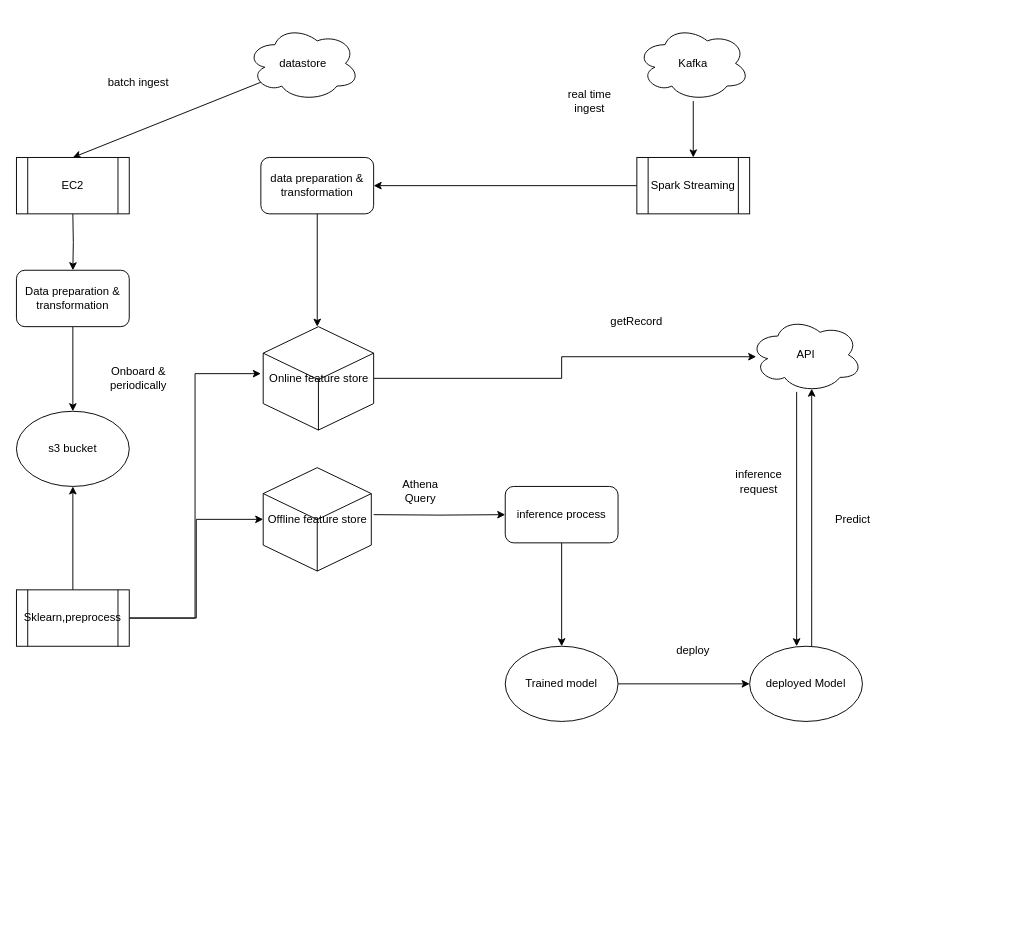
Before: featurestore/featurestore.drawio in yimingli92/clouddigrams, a draw.io diagram. Source tidied: cells renumbered, new cells numbered last; positions are measured from the earlier drawing's top-left corner, leaving out a move shared by most shapes. Both pictures are drawn from the tidied source at 94%, with x=0, y=0 at pixel (16, 25).
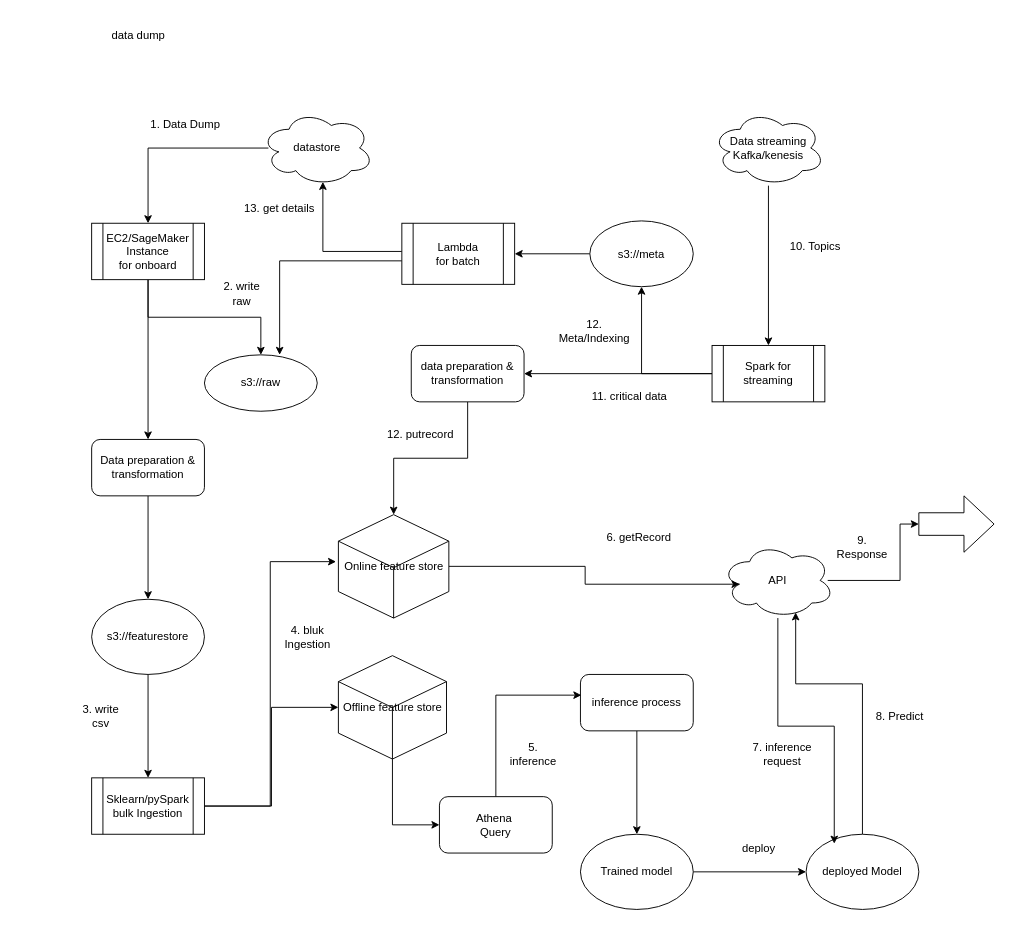
Above is the later version.

The edit, as a diff of the source:
```diff
@@
+    <mxCell id="39" style="edgeStyle=orthogonalEdgeStyle;rounded=0;jettySize=auto;html=1;" parent="1" edge="1" source="2" target="35">
+      <mxGeometry relative="1" as="geometry" />
+    </mxCell>
-    <mxCell id="2" value="s3 bucket" style="ellipse;whiteSpace=wrap;html=1;" parent="1" vertex="1">
-      <mxGeometry y="410" width="120" height="80" as="geometry" />
+    <mxCell id="2" value="s3://featurestore" style="ellipse;whiteSpace=wrap;html=1;" parent="1" vertex="1">
+      <mxGeometry x="80" y="610" width="120" height="80" as="geometry" />
     </mxCell>
-    <mxCell id="3" style="edgeStyle=orthogonalEdgeStyle;rounded=0;jettySize=auto;html=1;" parent="1" edge="1" target="6">
-      <mxGeometry relative="1" as="geometry">
-        <mxPoint x="380" y="520" as="sourcePoint" />
-      </mxGeometry>
-    </mxCell>
-    <mxCell id="4" value="Athena Query" style="text;html=1;strokeColor=none;fillColor=none;align=center;verticalAlign=middle;whiteSpace=wrap;rounded=0;" parent="1" vertex="1">
-      <mxGeometry x="400" y="480" width="60" height="30" as="geometry" />
-    </mxCell>
@@
     <mxCell id="6" value="inference process" style="rounded=1;whiteSpace=wrap;html=1;" parent="1" vertex="1">
-      <mxGeometry x="520" y="490" width="120" height="60" as="geometry" />
+      <mxGeometry x="600" y="690" width="120" height="60" as="geometry" />
     </mxCell>
@@
     <mxCell id="8" value="Trained model" style="ellipse;whiteSpace=wrap;html=1;" parent="1" vertex="1">
-      <mxGeometry x="520" y="660" width="120" height="80" as="geometry" />
+      <mxGeometry x="600" y="860" width="120" height="80" as="geometry" />
     </mxCell>
     <mxCell id="9" value="deploy" style="text;html=1;strokeColor=none;fillColor=none;align=center;verticalAlign=middle;whiteSpace=wrap;rounded=0;" parent="1" vertex="1">
-      <mxGeometry x="690" y="650" width="60" height="30" as="geometry" />
+      <mxGeometry x="760" y="860" width="60" height="30" as="geometry" />
     </mxCell>
-    <mxCell id="10" style="edgeStyle=orthogonalEdgeStyle;rounded=0;jettySize=auto;html=1;entryX=0.55;entryY=0.95;entryDx=0;entryDy=0;entryPerimeter=0;" parent="1" edge="1" source="11" target="26">
+    <mxCell id="10" style="edgeStyle=orthogonalEdgeStyle;rounded=0;jettySize=auto;html=1;entryX=0.658;entryY=0.925;entryDx=0;entryDy=0;entryPerimeter=0;" parent="1" edge="1" source="11" target="26">
       <mxGeometry relative="1" as="geometry">
         <Array as="points">
-          <mxPoint x="846" y="600" />
-          <mxPoint x="846" y="600" />
+          <mxPoint x="900" y="700" />
+          <mxPoint x="829" y="700" />
         </Array>
       </mxGeometry>
     </mxCell>
     <mxCell id="11" value="deployed Model" style="ellipse;whiteSpace=wrap;html=1;" parent="1" vertex="1">
-      <mxGeometry x="780" y="660" width="120" height="80" as="geometry" />
+      <mxGeometry x="840" y="860" width="120" height="80" as="geometry" />
     </mxCell>
-    <mxCell id="12" value="Predict" style="text;html=1;strokeColor=none;fillColor=none;align=center;verticalAlign=middle;whiteSpace=wrap;rounded=0;" parent="1" vertex="1">
-      <mxGeometry x="860" y="510" width="60" height="30" as="geometry" />
+    <mxCell id="12" value="8. Predict" style="text;html=1;strokeColor=none;fillColor=none;align=center;verticalAlign=middle;whiteSpace=wrap;rounded=0;" parent="1" vertex="1">
+      <mxGeometry x="910" y="720" width="60" height="30" as="geometry" />
     </mxCell>
@@
-    <mxCell id="14" value="Kafka" style="ellipse;shape=cloud;whiteSpace=wrap;html=1;" parent="1" vertex="1">
-      <mxGeometry x="660" width="120" height="80" as="geometry" />
+    <mxCell id="14" value="Data streaming&lt;br&gt;Kafka/kenesis" style="ellipse;shape=cloud;whiteSpace=wrap;html=1;" parent="1" vertex="1">
+      <mxGeometry x="740" y="90" width="120" height="80" as="geometry" />
     </mxCell>
+    <mxCell id="40" style="edgeStyle=orthogonalEdgeStyle;rounded=0;jettySize=auto;html=1;" parent="1" edge="1" source="15" target="38">
+      <mxGeometry relative="1" as="geometry" />
+    </mxCell>
     <mxCell id="15" value="data preparation &amp;amp; transformation" style="rounded=1;whiteSpace=wrap;html=1;" parent="1" vertex="1">
-      <mxGeometry x="260" y="140" width="120" height="60" as="geometry" />
+      <mxGeometry x="420" y="340" width="120" height="60" as="geometry" />
     </mxCell>
-    <mxCell id="16" style="endArrow=classic;html=1;rounded=0;entryX=0.5;entryY=0;entryDx=0;entryDy=0;exitX=0.5;exitY=1;exitDx=0;exitDy=0;" parent="1" edge="1" source="15">
-      <mxGeometry relative="1" as="geometry">
-        <mxPoint x="320" y="320" as="targetPoint" />
-      </mxGeometry>
-    </mxCell>
-    <mxCell id="17" style="edgeStyle=orthogonalEdgeStyle;rounded=0;jettySize=auto;html=1;exitX=0.5;exitY=1;exitDx=0;exitDy=0;entryX=0.5;entryY=0;entryDx=0;entryDy=0;" parent="1" edge="1" target="23">
-      <mxGeometry relative="1" as="geometry">
-        <mxPoint x="60" y="200" as="sourcePoint" />
-      </mxGeometry>
-    </mxCell>
+    <mxCell id="41" style="edgeStyle=orthogonalEdgeStyle;rounded=0;jettySize=auto;html=1;entryX=0.5;entryY=0;entryDx=0;entryDy=0;exitX=0.067;exitY=0.5;exitDx=0;exitDy=0;exitPerimeter=0;" parent="1" edge="1" source="18" target="31">
+      <mxGeometry relative="1" as="geometry" />
+    </mxCell>
     <mxCell id="18" value="datastore" style="ellipse;shape=cloud;whiteSpace=wrap;html=1;" parent="1" vertex="1">
-      <mxGeometry x="245" width="120" height="80" as="geometry" />
+      <mxGeometry x="260" y="90" width="120" height="80" as="geometry" />
     </mxCell>
-    <mxCell id="19" style="endArrow=classic;html=1;rounded=0;entryX=0.5;entryY=0;entryDx=0;entryDy=0;" parent="1" edge="1">
-      <mxGeometry relative="1" as="geometry">
-        <mxPoint x="260" y="60" as="sourcePoint" />
-        <mxPoint x="60" y="140" as="targetPoint" />
-      </mxGeometry>
-    </mxCell>
-    <mxCell id="20" value="getRecord" style="text;html=1;strokeColor=none;fillColor=none;align=center;verticalAlign=middle;whiteSpace=wrap;rounded=0;" parent="1" vertex="1">
-      <mxGeometry x="630" y="300" width="60" height="30" as="geometry" />
+    <mxCell id="20" value="6. getRecord" style="text;html=1;strokeColor=none;fillColor=none;align=center;verticalAlign=middle;whiteSpace=wrap;rounded=0;" parent="1" vertex="1">
+      <mxGeometry x="625" y="530" width="75" height="30" as="geometry" />
     </mxCell>
-    <mxCell id="21" value="Onboard &amp;amp; periodically" style="text;html=1;strokeColor=none;fillColor=none;align=center;verticalAlign=middle;whiteSpace=wrap;rounded=0;" parent="1" vertex="1">
-      <mxGeometry x="100" y="360" width="60" height="30" as="geometry" />
-    </mxCell>
@@
     <mxCell id="23" value="Data preparation &amp;amp; transformation" style="rounded=1;whiteSpace=wrap;html=1;" parent="1" vertex="1">
-      <mxGeometry y="260" width="120" height="60" as="geometry" />
+      <mxGeometry x="80" y="440" width="120" height="60" as="geometry" />
     </mxCell>
-    <mxCell id="24" value="batch ingest" style="text;html=1;strokeColor=none;fillColor=none;align=center;verticalAlign=middle;whiteSpace=wrap;rounded=0;" parent="1" vertex="1">
-      <mxGeometry x="85" y="40" width="90" height="40" as="geometry" />
+    <mxCell id="24" value="data dump" style="text;html=1;strokeColor=none;fillColor=none;align=center;verticalAlign=middle;whiteSpace=wrap;rounded=0;" parent="1" vertex="1">
+      <mxGeometry x="85" y="-10" width="90" height="40" as="geometry" />
     </mxCell>
-    <mxCell id="25" style="edgeStyle=orthogonalEdgeStyle;rounded=0;jettySize=auto;html=1;" parent="1" edge="1" source="26">
-      <mxGeometry relative="1" as="geometry">
-        <mxPoint x="830" y="660" as="targetPoint" />
-        <Array as="points">
-          <mxPoint x="830" y="660" />
-        </Array>
-      </mxGeometry>
-    </mxCell>
+    <mxCell id="42" style="edgeStyle=orthogonalEdgeStyle;rounded=0;jettySize=auto;html=1;exitX=0.942;exitY=0.5;exitDx=0;exitDy=0;exitPerimeter=0;" parent="1" edge="1" source="26" target="58">
+      <mxGeometry relative="1" as="geometry">
+        <Array as="points">
+          <mxPoint x="940" y="590" />
+        </Array>
+      </mxGeometry>
+    </mxCell>
+    <mxCell id="43" style="edgeStyle=orthogonalEdgeStyle;rounded=0;jettySize=auto;html=1;entryX=0.25;entryY=0.125;entryDx=0;entryDy=0;entryPerimeter=0;" parent="1" edge="1" source="26" target="11">
+      <mxGeometry relative="1" as="geometry" />
+    </mxCell>
     <mxCell id="26" value="API" style="ellipse;shape=cloud;whiteSpace=wrap;html=1;" parent="1" vertex="1">
-      <mxGeometry x="780" y="310" width="120" height="80" as="geometry" />
+      <mxGeometry x="750" y="550" width="120" height="80" as="geometry" />
     </mxCell>
-    <mxCell id="27" value="inference request" style="text;html=1;strokeColor=none;fillColor=none;align=center;verticalAlign=middle;whiteSpace=wrap;rounded=0;" parent="1" vertex="1">
-      <mxGeometry x="760" y="470" width="60" height="30" as="geometry" />
+    <mxCell id="27" value="7. inference request" style="text;html=1;strokeColor=none;fillColor=none;align=center;verticalAlign=middle;whiteSpace=wrap;rounded=0;" parent="1" vertex="1">
+      <mxGeometry x="780" y="760" width="70" height="30" as="geometry" />
     </mxCell>
@@
+    <mxCell id="44" style="edgeStyle=orthogonalEdgeStyle;rounded=0;jettySize=auto;html=1;" parent="1" edge="1" source="29" target="54">
+      <mxGeometry relative="1" as="geometry" />
+    </mxCell>
-    <mxCell id="29" value="Spark Streaming" style="shape=process;whiteSpace=wrap;html=1;backgroundOutline=1;" parent="1" vertex="1">
-      <mxGeometry x="660" y="140" width="120" height="60" as="geometry" />
+    <mxCell id="29" value="Spark for streaming" style="shape=process;whiteSpace=wrap;html=1;backgroundOutline=1;" parent="1" vertex="1">
+      <mxGeometry x="740" y="340" width="120" height="60" as="geometry" />
     </mxCell>
-    <mxCell id="30" value="real time ingest" style="text;html=1;strokeColor=none;fillColor=none;align=center;verticalAlign=middle;whiteSpace=wrap;rounded=0;" parent="1" vertex="1">
-      <mxGeometry x="580" y="60" width="60" height="40" as="geometry" />
-    </mxCell>
+    <mxCell id="45" style="edgeStyle=orthogonalEdgeStyle;rounded=0;jettySize=auto;html=1;entryX=0.5;entryY=0;entryDx=0;entryDy=0;" parent="1" edge="1" source="31" target="23">
+      <mxGeometry relative="1" as="geometry" />
+    </mxCell>
+    <mxCell id="46" style="edgeStyle=orthogonalEdgeStyle;rounded=0;jettySize=auto;html=1;" parent="1" edge="1" source="31" target="48">
+      <mxGeometry relative="1" as="geometry" />
+    </mxCell>
-    <mxCell id="31" value="EC2" style="shape=process;whiteSpace=wrap;html=1;backgroundOutline=1;" parent="1" vertex="1">
-      <mxGeometry y="140" width="120" height="60" as="geometry" />
+    <mxCell id="31" value="EC2/SageMaker Instance&lt;br&gt;for onboard" style="shape=process;whiteSpace=wrap;html=1;backgroundOutline=1;" parent="1" vertex="1">
+      <mxGeometry x="80" y="210" width="120" height="60" as="geometry" />
     </mxCell>
-    <mxCell id="32" style="edgeStyle=orthogonalEdgeStyle;rounded=0;jettySize=auto;html=1;" parent="1" edge="1" source="35" target="2">
-      <mxGeometry relative="1" as="geometry" />
-    </mxCell>
     <mxCell id="33" style="edgeStyle=orthogonalEdgeStyle;rounded=0;jettySize=auto;html=1;" parent="1" edge="1" source="35">
       <mxGeometry relative="1" as="geometry">
-        <mxPoint x="260" y="370" as="targetPoint" />
+        <mxPoint x="340" y="570" as="targetPoint" />
         <Array as="points">
-          <mxPoint x="190" y="630" />
-          <mxPoint x="190" y="370" />
+          <mxPoint x="270" y="830" />
+          <mxPoint x="270" y="570" />
         </Array>
       </mxGeometry>
     </mxCell>
@@
-    <mxCell id="35" value="Sklearn,preprocess" style="shape=process;whiteSpace=wrap;html=1;backgroundOutline=1;" parent="1" vertex="1">
-      <mxGeometry y="600" width="120" height="60" as="geometry" />
+    <mxCell id="35" value="Sklearn/pySpark&lt;br&gt;bulk Ingestion" style="shape=process;whiteSpace=wrap;html=1;backgroundOutline=1;" parent="1" vertex="1">
+      <mxGeometry x="80" y="800" width="120" height="60" as="geometry" />
     </mxCell>
+    <mxCell id="47" style="edgeStyle=orthogonalEdgeStyle;rounded=0;jettySize=auto;html=1;entryX=0;entryY=0.5;entryDx=0;entryDy=0;" parent="1" edge="1" source="36" target="4">
+      <mxGeometry relative="1" as="geometry" />
+    </mxCell>
     <mxCell id="36" value="Offline feature store" style="html=1;whiteSpace=wrap;shape=isoCube2;backgroundOutline=1;isoAngle=15;" parent="1" vertex="1">
-      <mxGeometry x="262.5" y="470" width="115" height="110" as="geometry" />
+      <mxGeometry x="342.5" y="670" width="115" height="110" as="geometry" />
     </mxCell>
-    <mxCell id="37" style="edgeStyle=orthogonalEdgeStyle;rounded=0;jettySize=auto;html=1;entryX=0.058;entryY=0.525;entryDx=0;entryDy=0;entryPerimeter=0;" parent="1" edge="1" source="38" target="26">
+    <mxCell id="37" style="edgeStyle=orthogonalEdgeStyle;rounded=0;jettySize=auto;html=1;entryX=0.16;entryY=0.55;entryDx=0;entryDy=0;entryPerimeter=0;" parent="1" edge="1" source="38" target="26">
       <mxGeometry relative="1" as="geometry" />
     </mxCell>
     <mxCell id="38" value="Online feature store" style="html=1;whiteSpace=wrap;shape=isoCube2;backgroundOutline=1;isoAngle=15;" parent="1" vertex="1">
-      <mxGeometry x="262.5" y="320" width="117.5" height="110" as="geometry" />
+      <mxGeometry x="342.5" y="520" width="117.5" height="110" as="geometry" />
     </mxCell>
+    <mxCell id="48" value="s3://raw" style="ellipse;whiteSpace=wrap;html=1;" parent="1" vertex="1">
+      <mxGeometry x="200" y="350" width="120" height="60" as="geometry" />
+    </mxCell>
+    <mxCell id="49" value="11. critical data" style="text;html=1;strokeColor=none;fillColor=none;align=center;verticalAlign=middle;whiteSpace=wrap;rounded=0;" parent="1" vertex="1">
+      <mxGeometry x="610" y="380" width="85" height="30" as="geometry" />
+    </mxCell>
+    <mxCell id="50" style="edgeStyle=orthogonalEdgeStyle;rounded=0;jettySize=auto;html=1;entryX=0.55;entryY=0.95;entryDx=0;entryDy=0;entryPerimeter=0;" parent="1" edge="1" source="52" target="18">
+      <mxGeometry relative="1" as="geometry">
+        <Array as="points">
+          <mxPoint x="326" y="240" />
+        </Array>
+      </mxGeometry>
+    </mxCell>
+    <mxCell id="51" style="edgeStyle=orthogonalEdgeStyle;rounded=0;jettySize=auto;html=1;" parent="1" edge="1" source="52">
+      <mxGeometry relative="1" as="geometry">
+        <mxPoint x="280" y="350" as="targetPoint" />
+        <Array as="points">
+          <mxPoint x="280" y="250" />
+        </Array>
+      </mxGeometry>
+    </mxCell>
+    <mxCell id="52" value="Lambda &lt;br&gt;for batch" style="shape=process;whiteSpace=wrap;html=1;backgroundOutline=1;" parent="1" vertex="1">
+      <mxGeometry x="410" y="210" width="120" height="65" as="geometry" />
+    </mxCell>
+    <mxCell id="53" style="edgeStyle=orthogonalEdgeStyle;rounded=0;jettySize=auto;html=1;entryX=1;entryY=0.5;entryDx=0;entryDy=0;" parent="1" edge="1" source="54" target="52">
+      <mxGeometry relative="1" as="geometry" />
+    </mxCell>
+    <mxCell id="54" value="s3://meta" style="ellipse;whiteSpace=wrap;html=1;" parent="1" vertex="1">
+      <mxGeometry x="610" y="207.5" width="110" height="70" as="geometry" />
+    </mxCell>
+    <mxCell id="55" value="12. Meta/Indexing" style="text;html=1;strokeColor=none;fillColor=none;align=center;verticalAlign=middle;whiteSpace=wrap;rounded=0;" parent="1" vertex="1">
+      <mxGeometry x="580" y="310" width="70" height="30" as="geometry" />
+    </mxCell>
+    <mxCell id="56" value="13. get details" style="text;html=1;strokeColor=none;fillColor=none;align=center;verticalAlign=middle;whiteSpace=wrap;rounded=0;" parent="1" vertex="1">
+      <mxGeometry x="240" y="180" width="80" height="30" as="geometry" />
+    </mxCell>
+    <mxCell id="57" style="edgeStyle=orthogonalEdgeStyle;rounded=0;jettySize=auto;html=1;entryX=0.008;entryY=0.367;entryDx=0;entryDy=0;entryPerimeter=0;" parent="1" edge="1" source="4" target="6">
+      <mxGeometry relative="1" as="geometry">
+        <Array as="points">
+          <mxPoint x="510" y="712" />
+        </Array>
+      </mxGeometry>
+    </mxCell>
+    <mxCell id="4" value="Athena&amp;nbsp;&lt;br&gt;Query" style="rounded=1;whiteSpace=wrap;html=1;" parent="1" vertex="1">
+      <mxGeometry x="450" y="820" width="120" height="60" as="geometry" />
+    </mxCell>
+    <mxCell id="58" style="shape=singleArrow;whiteSpace=wrap;html=1;arrowWidth=0.4;arrowSize=0.4;" parent="1" vertex="1">
+      <mxGeometry x="960" y="500" width="80" height="60" as="geometry" />
+    </mxCell>
+    <mxCell id="59" value="1. Data Dump" style="text;html=1;strokeColor=none;fillColor=none;align=center;verticalAlign=middle;whiteSpace=wrap;rounded=0;" parent="1" vertex="1">
+      <mxGeometry x="140" y="90" width="80" height="30" as="geometry" />
+    </mxCell>
+    <mxCell id="60" value="2. write raw" style="text;html=1;strokeColor=none;fillColor=none;align=center;verticalAlign=middle;whiteSpace=wrap;rounded=0;" parent="1" vertex="1">
+      <mxGeometry x="210" y="270" width="60" height="30" as="geometry" />
+    </mxCell>
+    <mxCell id="61" value="3. write csv" style="text;html=1;strokeColor=none;fillColor=none;align=center;verticalAlign=middle;whiteSpace=wrap;rounded=0;" parent="1" vertex="1">
+      <mxGeometry x="60" y="719" width="60" height="30" as="geometry" />
+    </mxCell>
+    <mxCell id="62" value="4. bluk Ingestion" style="text;html=1;strokeColor=none;fillColor=none;align=center;verticalAlign=middle;whiteSpace=wrap;rounded=0;" parent="1" vertex="1">
+      <mxGeometry x="280" y="635" width="60" height="30" as="geometry" />
+    </mxCell>
+    <mxCell id="63" value="5. inference" style="text;html=1;strokeColor=none;fillColor=none;align=center;verticalAlign=middle;whiteSpace=wrap;rounded=0;" parent="1" vertex="1">
+      <mxGeometry x="520" y="760" width="60" height="30" as="geometry" />
+    </mxCell>
+    <mxCell id="64" value="9. Response" style="text;html=1;strokeColor=none;fillColor=none;align=center;verticalAlign=middle;whiteSpace=wrap;rounded=0;" parent="1" vertex="1">
+      <mxGeometry x="870" y="540" width="60" height="30" as="geometry" />
+    </mxCell>
+    <mxCell id="65" value="10. Topics" style="text;html=1;strokeColor=none;fillColor=none;align=center;verticalAlign=middle;whiteSpace=wrap;rounded=0;" parent="1" vertex="1">
+      <mxGeometry x="820" y="220" width="60" height="30" as="geometry" />
+    </mxCell>
+    <mxCell id="66" value="12. putrecord" style="text;html=1;strokeColor=none;fillColor=none;align=center;verticalAlign=middle;whiteSpace=wrap;rounded=0;" parent="1" vertex="1">
+      <mxGeometry x="390" y="420" width="80" height="30" as="geometry" />
+    </mxCell>
```
